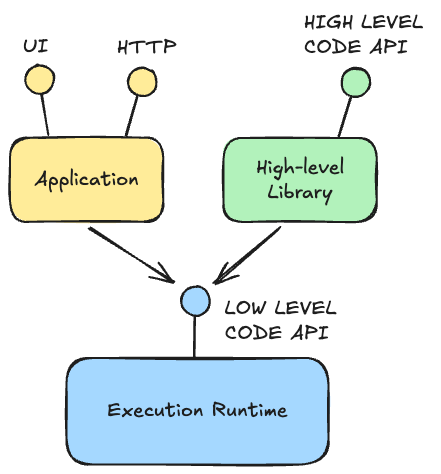
Earlier version of the Excalidraw export azuredevsummit-2025/graphics/running-slms2.excalidraw.png (filipw/filipw.github.io). Source tidied: one line per element, renumbered; positions are measured from the earlier drawing's top-left corner, leaving out a move shared by most shapes.
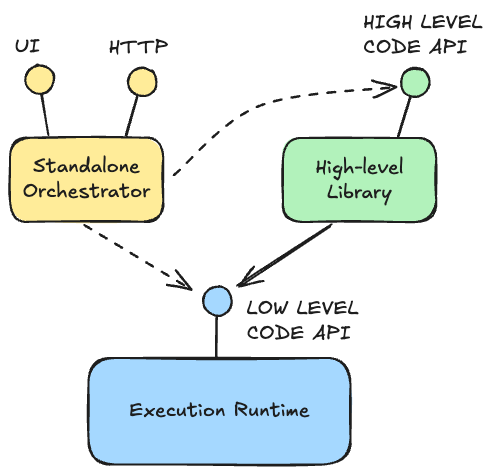
After the change.

Diff of the diagram source:
```diff
@@ -1,20 +1,21 @@
 {"id": 0, "type": "rectangle", "strokeColor": "#1e1e1e", "backgroundColor": "#a5d8ff", "fillStyle": "solid", "strokeWidth": 2, "roughness": 1, "round": true, "x": 56, "y": 348, "width": 262, "height": 106}
 {"id": 1, "type": "text", "text": "Execution Runtime", "strokeColor": "#1e1e1e", "strokeWidth": 2, "roughness": 1, "fontSize": 20, "fontFamily": 5, "textAlign": "center", "verticalAlign": "middle", "inside": 0, "x": 110, "y": 389, "width": 155, "height": 25}
-{"id": 2, "type": "rectangle", "strokeColor": "#1e1e1e", "backgroundColor": "#ffec99", "fillStyle": "solid", "strokeWidth": 2, "roughness": 1, "round": true, "x": 0, "y": 128, "width": 153, "height": 84}
+{"id": 2, "type": "rectangle", "strokeColor": "#1e1e1e", "backgroundColor": "#ffec99", "fillStyle": "solid", "strokeWidth": 2, "roughness": 1, "round": true, "x": -22, "y": 128, "width": 153, "height": 84}
-{"id": 3, "type": "text", "text": "Application", "strokeColor": "#1e1e1e", "backgroundColor": "#a5d8ff", "fillStyle": "solid", "strokeWidth": 2, "roughness": 1, "fontSize": 20, "fontFamily": 5, "textAlign": "center", "verticalAlign": "middle", "inside": 2, "x": 29, "y": 157, "width": 94, "height": 25}
+{"id": 3, "type": "text", "text": "Standalone\nOrchestrator", "strokeColor": "#1e1e1e", "backgroundColor": "#a5d8ff", "fillStyle": "solid", "strokeWidth": 2, "roughness": 1, "fontSize": 20, "fontFamily": 5, "textAlign": "center", "verticalAlign": "middle", "inside": 2, "x": -9, "y": 145, "width": 128, "height": 50}
-{"id": 4, "type": "line", "strokeColor": "#1e1e1e", "backgroundColor": "#ffec99", "fillStyle": "solid", "strokeWidth": 2, "roughness": 1, "round": true, "x": 32, "y": 85, "width": 7, "height": 40, "points": [[0, 0], [7, 40]]}
+{"id": 4, "type": "line", "strokeColor": "#1e1e1e", "backgroundColor": "#ffec99", "fillStyle": "solid", "strokeWidth": 2, "roughness": 1, "round": true, "x": 10, "y": 85, "width": 7, "height": 40, "points": [[0, 0], [7, 40]]}
-{"id": 5, "type": "ellipse", "strokeColor": "#1e1e1e", "backgroundColor": "#ffec99", "fillStyle": "solid", "strokeWidth": 2, "roughness": 1, "round": true, "x": 16, "y": 55, "width": 29, "height": 29}
+{"id": 5, "type": "ellipse", "strokeColor": "#1e1e1e", "backgroundColor": "#ffec99", "fillStyle": "solid", "strokeWidth": 2, "roughness": 1, "round": true, "x": -6, "y": 55, "width": 29, "height": 29}
-{"id": 6, "type": "line", "strokeColor": "#1e1e1e", "angle": 0.45, "backgroundColor": "#ffec99", "fillStyle": "solid", "strokeWidth": 2, "roughness": 1, "round": true, "x": 118, "y": 86, "width": 7, "height": 40, "points": [[0, 0], [7, 40]]}
+{"id": 6, "type": "line", "strokeColor": "#1e1e1e", "angle": 0.45, "backgroundColor": "#ffec99", "fillStyle": "solid", "strokeWidth": 2, "roughness": 1, "round": true, "x": 96, "y": 86, "width": 7, "height": 40, "points": [[0, 0], [7, 40]]}
-{"id": 7, "type": "ellipse", "strokeColor": "#1e1e1e", "angle": 0.45, "backgroundColor": "#ffec99", "fillStyle": "solid", "strokeWidth": 2, "roughness": 1, "round": true, "x": 118, "y": 58, "width": 29, "height": 29}
+{"id": 7, "type": "ellipse", "strokeColor": "#1e1e1e", "angle": 0.45, "backgroundColor": "#ffec99", "fillStyle": "solid", "strokeWidth": 2, "roughness": 1, "round": true, "x": 96, "y": 58, "width": 29, "height": 29}
-{"id": 8, "type": "rectangle", "strokeColor": "#1e1e1e", "backgroundColor": "#b2f2bb", "fillStyle": "solid", "strokeWidth": 2, "roughness": 1, "round": true, "x": 214, "y": 128, "width": 153, "height": 84}
+{"id": 8, "type": "rectangle", "strokeColor": "#1e1e1e", "backgroundColor": "#b2f2bb", "fillStyle": "solid", "strokeWidth": 2, "roughness": 1, "round": true, "x": 251, "y": 128, "width": 153, "height": 84}
-{"id": 9, "type": "text", "text": "High-level\nLibrary", "strokeColor": "#1e1e1e", "backgroundColor": "#a5d8ff", "fillStyle": "solid", "strokeWidth": 2, "roughness": 1, "fontSize": 20, "fontFamily": 5, "textAlign": "center", "verticalAlign": "middle", "inside": 8, "x": 247, "y": 145, "width": 86, "height": 50}
+{"id": 9, "type": "text", "text": "High-level\nLibrary", "strokeColor": "#1e1e1e", "backgroundColor": "#a5d8ff", "fillStyle": "solid", "strokeWidth": 2, "roughness": 1, "fontSize": 20, "fontFamily": 5, "textAlign": "center", "verticalAlign": "middle", "inside": 8, "x": 285, "y": 145, "width": 86, "height": 50}
-{"id": 10, "type": "line", "strokeColor": "#1e1e1e", "angle": 0.45, "backgroundColor": "#b2f2bb", "fillStyle": "solid", "strokeWidth": 2, "roughness": 1, "round": true, "x": 332, "y": 87, "width": 7, "height": 40, "points": [[0, 0], [7, 40]]}
+{"id": 10, "type": "line", "strokeColor": "#1e1e1e", "angle": 0.45, "backgroundColor": "#b2f2bb", "fillStyle": "solid", "strokeWidth": 2, "roughness": 1, "round": true, "x": 369, "y": 87, "width": 7, "height": 40, "points": [[0, 0], [7, 40]]}
-{"id": 11, "type": "ellipse", "strokeColor": "#1e1e1e", "angle": 0.45, "backgroundColor": "#b2f2bb", "fillStyle": "solid", "strokeWidth": 2, "roughness": 1, "round": true, "x": 332, "y": 58, "width": 29, "height": 29}
+{"id": 11, "type": "ellipse", "strokeColor": "#1e1e1e", "angle": 0.45, "backgroundColor": "#b2f2bb", "fillStyle": "solid", "strokeWidth": 2, "roughness": 1, "round": true, "x": 369, "y": 58, "width": 29, "height": 29}
-{"id": 12, "type": "arrow", "strokeColor": "#1e1e1e", "backgroundColor": "#b2f2bb", "fillStyle": "solid", "strokeWidth": 2, "roughness": 1, "endArrowhead": "arrow", "round": true, "from": 2, "to": 18, "x": 79, "y": 219, "width": 85, "height": 54, "points": [[0, 0], [85, 54]]}
+{"id": 12, "type": "arrow", "strokeColor": "#1e1e1e", "backgroundColor": "#b2f2bb", "fillStyle": "solid", "strokeWidth": 2, "strokeStyle": "dashed", "roughness": 1, "endArrowhead": "arrow", "round": true, "from": 2, "to": 18, "x": 53, "y": 215, "width": 106, "height": 65, "points": [[0, 0], [106, 65]]}
-{"id": 13, "type": "arrow", "strokeColor": "#1e1e1e", "backgroundColor": "#b2f2bb", "fillStyle": "solid", "strokeWidth": 2, "roughness": 1, "endArrowhead": "arrow", "round": true, "from": 8, "to": 18, "x": 270, "y": 218, "width": 66, "height": 56, "points": [[0, 0], [-66, 56]]}
+{"id": 13, "type": "arrow", "strokeColor": "#1e1e1e", "backgroundColor": "#b2f2bb", "fillStyle": "solid", "strokeWidth": 2, "roughness": 1, "endArrowhead": "arrow", "round": true, "from": 8, "to": 18, "x": 300, "y": 215, "width": 94, "height": 61, "points": [[0, 0], [-94, 61]]}
-{"id": 14, "type": "text", "text": "UI", "strokeColor": "#1e1e1e", "backgroundColor": "#b2f2bb", "fillStyle": "solid", "strokeWidth": 2, "roughness": 1, "fontSize": 20, "fontFamily": 5, "x": 13, "y": 25, "width": 25, "height": 25}
+{"id": 14, "type": "text", "text": "UI", "strokeColor": "#1e1e1e", "backgroundColor": "#b2f2bb", "fillStyle": "solid", "strokeWidth": 2, "roughness": 1, "fontSize": 20, "fontFamily": 5, "x": -17, "y": 25, "width": 25, "height": 25}
-{"id": 15, "type": "text", "text": "HTTP", "strokeColor": "#1e1e1e", "backgroundColor": "#b2f2bb", "fillStyle": "solid", "strokeWidth": 2, "roughness": 1, "fontSize": 20, "fontFamily": 5, "x": 107, "y": 26, "width": 60, "height": 25}
+{"id": 15, "type": "text", "text": "HTTP", "strokeColor": "#1e1e1e", "backgroundColor": "#b2f2bb", "fillStyle": "solid", "strokeWidth": 2, "roughness": 1, "fontSize": 20, "fontFamily": 5, "x": 77, "y": 26, "width": 60, "height": 25}
-{"id": 16, "type": "text", "text": "HIGH LEVEL \nCODE API", "strokeColor": "#1e1e1e", "backgroundColor": "#b2f2bb", "fillStyle": "solid", "strokeWidth": 2, "roughness": 1, "fontSize": 20, "fontFamily": 5, "x": 294, "y": 0, "width": 127, "height": 50}
+{"id": 16, "type": "text", "text": "HIGH LEVEL \nCODE API", "strokeColor": "#1e1e1e", "backgroundColor": "#b2f2bb", "fillStyle": "solid", "strokeWidth": 2, "roughness": 1, "fontSize": 20, "fontFamily": 5, "x": 331, "y": 0, "width": 127, "height": 50}
 {"id": 17, "type": "line", "strokeColor": "#1e1e1e", "angle": 0.17, "backgroundColor": "#a5d8ff", "fillStyle": "solid", "strokeWidth": 2, "roughness": 1, "round": true, "x": 181, "y": 307, "width": 7, "height": 40, "points": [[0, 0], [7, 40]]}
 {"id": 18, "type": "ellipse", "strokeColor": "#1e1e1e", "angle": 0.17, "backgroundColor": "#a5d8ff", "fillStyle": "solid", "strokeWidth": 2, "roughness": 1, "round": true, "x": 171, "y": 277, "width": 29, "height": 29}
 {"id": 19, "type": "text", "text": "LOW LEVEL \nCODE API", "strokeColor": "#1e1e1e", "backgroundColor": "#b2f2bb", "fillStyle": "solid", "strokeWidth": 2, "roughness": 1, "fontSize": 20, "fontFamily": 5, "x": 215, "y": 286, "width": 120, "height": 50}
+{"id": 20, "type": "arrow", "strokeColor": "#1e1e1e", "backgroundColor": "#b2f2bb", "fillStyle": "solid", "strokeWidth": 2, "strokeStyle": "dashed", "roughness": 1, "endArrowhead": "arrow", "round": true, "from": 2, "to": 11, "x": 142, "y": 165, "width": 222, "height": 87, "points": [[0, 0], [84, -70], [222, -87]]}
```
